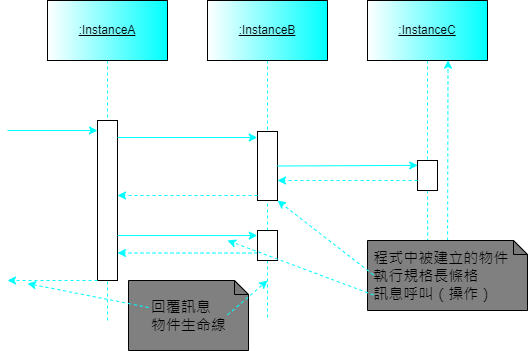
Earlier version of the draw.io export answer.png (jack0628/112-2QZ3). Source tidied: cells renumbered, new cells last; positions are measured from the earlier drawing's top-left corner, leaving out a move shared by most shapes.
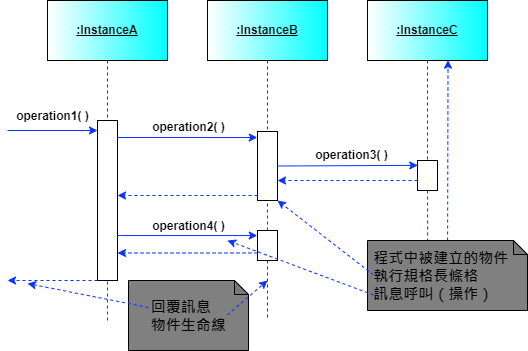
After the change.

What changed in the source:
```diff
@@ -2,42 +2,42 @@
   <root>
     <mxCell id="0" />
     <mxCell id="1" parent="0" />
-    <mxCell id="2" style="edgeStyle=none;html=1;entryX=0.5;entryY=0;entryDx=0;entryDy=0;fontColor=#000000;endArrow=none;endFill=0;dashed=1;strokeColor=#00FFFF;" parent="1" edge="1" source="3" target="8">
+    <mxCell id="2" style="edgeStyle=none;html=1;entryX=0.5;entryY=0;entryDx=0;entryDy=0;fontColor=#000000;endArrow=none;endFill=0;dashed=1;strokeColor=#0A33FF;" parent="1" edge="1" source="3" target="8">
       <mxGeometry relative="1" as="geometry" />
     </mxCell>
-    <mxCell id="3" value="&lt;font color=&quot;#000000&quot;&gt;&lt;u&gt;:InstanceA&lt;/u&gt;&lt;/font&gt;" style="rounded=0;whiteSpace=wrap;html=1;gradientColor=#00FFFF;fillColor=#FFFFFF;gradientDirection=east;strokeColor=#000000;" parent="1" vertex="1">
+    <mxCell id="3" value="&lt;font color=&quot;#000000&quot;&gt;&lt;u&gt;&lt;b&gt;:InstanceA&lt;/b&gt;&lt;/u&gt;&lt;/font&gt;" style="rounded=0;whiteSpace=wrap;html=1;gradientColor=#00FFFF;fillColor=#FFFFFF;gradientDirection=east;strokeColor=#000000;" parent="1" vertex="1">
       <mxGeometry x="40" width="120" height="60" as="geometry" />
     </mxCell>
-    <mxCell id="4" style="edgeStyle=none;html=1;entryX=0.5;entryY=0;entryDx=0;entryDy=0;dashed=1;strokeColor=#00FFFF;strokeWidth=1;fontColor=#FFFFFF;endArrow=none;endFill=0;" parent="1" edge="1" source="5" target="14">
+    <mxCell id="4" style="edgeStyle=none;html=1;entryX=0.5;entryY=0;entryDx=0;entryDy=0;dashed=1;strokeColor=#0A33FF;strokeWidth=1;fontColor=#FFFFFF;endArrow=none;endFill=0;" parent="1" edge="1" source="5" target="14">
       <mxGeometry relative="1" as="geometry" />
     </mxCell>
-    <mxCell id="5" value="&lt;font color=&quot;#000000&quot;&gt;&lt;u&gt;:InstanceB&lt;/u&gt;&lt;/font&gt;" style="rounded=0;whiteSpace=wrap;html=1;gradientColor=#00FFFF;fillColor=#FFFFFF;gradientDirection=east;strokeColor=#000000;" parent="1" vertex="1">
+    <mxCell id="5" value="&lt;font color=&quot;#000000&quot;&gt;&lt;u&gt;&lt;b&gt;:InstanceB&lt;/b&gt;&lt;/u&gt;&lt;/font&gt;" style="rounded=0;whiteSpace=wrap;html=1;gradientColor=#00FFFF;fillColor=#FFFFFF;gradientDirection=east;strokeColor=#000000;" parent="1" vertex="1">
       <mxGeometry x="200" width="120" height="60" as="geometry" />
     </mxCell>
-    <mxCell id="6" style="edgeStyle=none;html=1;entryX=0.5;entryY=0;entryDx=0;entryDy=0;dashed=1;strokeColor=#00FFFF;strokeWidth=1;fontColor=#FFFFFF;endArrow=none;endFill=0;" parent="1" edge="1" source="7" target="23">
+    <mxCell id="6" style="edgeStyle=none;html=1;entryX=0.5;entryY=0;entryDx=0;entryDy=0;dashed=1;strokeColor=#0A33FF;strokeWidth=1;fontColor=#FFFFFF;endArrow=none;endFill=0;" parent="1" edge="1" source="7" target="23">
       <mxGeometry relative="1" as="geometry" />
     </mxCell>
-    <mxCell id="7" value="&lt;font color=&quot;#000000&quot;&gt;&lt;u&gt;:InstanceC&lt;/u&gt;&lt;/font&gt;" style="rounded=0;whiteSpace=wrap;html=1;gradientColor=#00FFFF;fillColor=#FFFFFF;gradientDirection=east;strokeColor=#000000;" parent="1" vertex="1">
+    <mxCell id="7" value="&lt;font color=&quot;#000000&quot;&gt;&lt;u&gt;&lt;b&gt;:InstanceC&lt;/b&gt;&lt;/u&gt;&lt;/font&gt;" style="rounded=0;whiteSpace=wrap;html=1;gradientColor=#00FFFF;fillColor=#FFFFFF;gradientDirection=east;strokeColor=#000000;" parent="1" vertex="1">
       <mxGeometry x="360" width="120" height="60" as="geometry" />
     </mxCell>
     <mxCell id="8" style="rounded=0;whiteSpace=wrap;html=1;fontColor=#000000;fillColor=#FFFFFF;gradientColor=none;gradientDirection=east;strokeColor=#000000;" parent="1" vertex="1">
       <mxGeometry x="90" y="120" width="20" height="160" as="geometry" />
     </mxCell>
-    <mxCell id="9" value="&lt;font color=&quot;#ffffff&quot;&gt;operation1( )&lt;/font&gt;" style="text;html=1;align=center;verticalAlign=middle;points=[];strokeColor=none;fillColor=none;fontColor=#000000;" parent="1" vertex="1">
-      <mxGeometry y="101" width="90" height="30" as="geometry" />
+    <mxCell id="9" value="&lt;font&gt;&lt;b&gt;operation1( )&lt;/b&gt;&lt;/font&gt;" style="text;html=1;align=center;verticalAlign=middle;points=[];strokeColor=none;fillColor=none;fontColor=#000000;" parent="1" vertex="1">
+      <mxGeometry x="-5" y="101" width="100" height="30" as="geometry" />
     </mxCell>
-    <mxCell id="10" style="endArrow=classic;html=1;dashed=1;strokeColor=#00FFFF;fontColor=#FFFFFF;exitX=0;exitY=0.75;exitDx=0;exitDy=0;entryX=1;entryY=0.828;entryDx=0;entryDy=0;entryPerimeter=0;" parent="1" edge="1" source="17" target="8">
+    <mxCell id="10" style="endArrow=classic;html=1;dashed=1;strokeColor=#0A33FF;fontColor=#FFFFFF;exitX=0;exitY=0.75;exitDx=0;exitDy=0;entryX=1;entryY=0.828;entryDx=0;entryDy=0;entryPerimeter=0;" parent="1" edge="1" source="17" target="8">
       <mxGeometry relative="1" as="geometry" />
     </mxCell>
-    <mxCell id="11" style="endArrow=classic;html=1;dashed=1;strokeColor=#00FFFF;fontColor=#FFFFFF;exitX=0;exitY=1;exitDx=0;exitDy=0;" parent="1" edge="1" source="8">
+    <mxCell id="11" style="endArrow=classic;html=1;dashed=1;strokeColor=#0A33FF;fontColor=#FFFFFF;exitX=0;exitY=1;exitDx=0;exitDy=0;" parent="1" edge="1" source="8">
       <mxGeometry relative="1" as="geometry">
         <mxPoint y="280" as="targetPoint" />
       </mxGeometry>
     </mxCell>
-    <mxCell id="12" style="endArrow=classic;html=1;strokeColor=#00FFFF;fontColor=#FFFFFF;exitX=0.999;exitY=0.719;exitDx=0;exitDy=0;exitPerimeter=0;entryX=-0.011;entryY=0.169;entryDx=0;entryDy=0;entryPerimeter=0;" parent="1" edge="1" source="8" target="17">
+    <mxCell id="12" style="endArrow=classic;html=1;strokeColor=#0A33FF;fontColor=#FFFFFF;exitX=0.999;exitY=0.719;exitDx=0;exitDy=0;exitPerimeter=0;entryX=-0.011;entryY=0.169;entryDx=0;entryDy=0;entryPerimeter=0;" parent="1" edge="1" source="8" target="17">
       <mxGeometry relative="1" as="geometry" />
     </mxCell>
-    <mxCell id="13" style="endArrow=none;dashed=1;html=1;strokeWidth=1;strokeColor=#00FFFF;fontColor=#FFFFFF;" parent="1" edge="1">
+    <mxCell id="13" style="endArrow=none;dashed=1;html=1;strokeWidth=1;strokeColor=#0A33FF;fontColor=#FFFFFF;" parent="1" edge="1">
       <mxGeometry relative="1" as="geometry">
         <mxPoint x="100" y="320" as="sourcePoint" />
         <mxPoint x="100" y="280" as="targetPoint" />
@@ -46,10 +46,10 @@
     <mxCell id="14" style="rounded=0;whiteSpace=wrap;html=1;fontColor=#000000;fillColor=#FFFFFF;gradientColor=none;gradientDirection=east;strokeColor=#000000;" parent="1" vertex="1">
       <mxGeometry x="250" y="131" width="20" height="69" as="geometry" />
     </mxCell>
-    <mxCell id="15" style="edgeStyle=none;html=1;entryX=0.5;entryY=1;entryDx=0;entryDy=0;dashed=1;strokeColor=#00FFFF;strokeWidth=1;fontColor=#FFFFFF;endArrow=none;endFill=0;" parent="1" edge="1" source="17" target="14">
+    <mxCell id="15" style="edgeStyle=none;html=1;entryX=0.5;entryY=1;entryDx=0;entryDy=0;dashed=1;strokeColor=#0A33FF;strokeWidth=1;fontColor=#FFFFFF;endArrow=none;endFill=0;" parent="1" edge="1" source="17" target="14">
       <mxGeometry relative="1" as="geometry" />
     </mxCell>
-    <mxCell id="16" style="edgeStyle=none;html=1;dashed=1;strokeColor=#00FFFF;strokeWidth=1;fontColor=#FFFFFF;endArrow=none;endFill=0;" parent="1" edge="1" source="17">
+    <mxCell id="16" style="edgeStyle=none;html=1;dashed=1;strokeColor=#0A33FF;strokeWidth=1;fontColor=#FFFFFF;endArrow=none;endFill=0;" parent="1" edge="1" source="17">
       <mxGeometry relative="1" as="geometry">
         <mxPoint x="260" y="320" as="targetPoint" />
       </mxGeometry>
@@ -57,77 +57,78 @@
     <mxCell id="17" style="rounded=0;whiteSpace=wrap;html=1;fontColor=#000000;fillColor=#FFFFFF;gradientColor=none;gradientDirection=east;strokeColor=#000000;" parent="1" vertex="1">
       <mxGeometry x="250" y="230" width="20" height="30" as="geometry" />
     </mxCell>
-    <mxCell id="18" value="&lt;font color=&quot;#ffffff&quot;&gt;operation2( )&lt;/font&gt;" style="text;html=1;align=center;verticalAlign=middle;strokeColor=none;fillColor=none;fontColor=#000000;" parent="1" vertex="1">
-      <mxGeometry x="136" y="112" width="90" height="30" as="geometry" />
+    <mxCell id="18" value="&lt;font&gt;&lt;b&gt;operation2( )&lt;/b&gt;&lt;/font&gt;" style="text;html=1;align=center;verticalAlign=middle;strokeColor=none;fillColor=none;fontColor=#000000;" parent="1" vertex="1">
+      <mxGeometry x="131" y="112" width="100" height="30" as="geometry" />
     </mxCell>
-    <mxCell id="19" style="endArrow=classic;html=1;dashed=1;strokeColor=#00FFFF;fontColor=#FFFFFF;exitX=0;exitY=0.75;exitDx=0;exitDy=0;entryX=1;entryY=0.828;entryDx=0;entryDy=0;entryPerimeter=0;" parent="1" edge="1">
+    <mxCell id="19" style="endArrow=classic;html=1;dashed=1;strokeColor=#0A33FF;fontColor=#FFFFFF;exitX=0;exitY=0.75;exitDx=0;exitDy=0;entryX=1;entryY=0.828;entryDx=0;entryDy=0;entryPerimeter=0;" parent="1" edge="1">
       <mxGeometry relative="1" as="geometry">
         <mxPoint x="250" y="195" as="sourcePoint" />
         <mxPoint x="110" y="195" as="targetPoint" />
       </mxGeometry>
     </mxCell>
-    <mxCell id="20" style="endArrow=classic;html=1;strokeColor=#00FFFF;fontColor=#FFFFFF;exitX=0.999;exitY=0.719;exitDx=0;exitDy=0;exitPerimeter=0;entryX=-0.011;entryY=0.169;entryDx=0;entryDy=0;entryPerimeter=0;" parent="1" edge="1">
+    <mxCell id="20" style="endArrow=classic;html=1;strokeColor=#0A33FF;fontColor=#FFFFFF;exitX=0.999;exitY=0.719;exitDx=0;exitDy=0;exitPerimeter=0;entryX=-0.011;entryY=0.169;entryDx=0;entryDy=0;entryPerimeter=0;" parent="1" edge="1">
       <mxGeometry relative="1" as="geometry">
         <mxPoint x="110" y="137" as="sourcePoint" />
         <mxPoint x="249.8" y="137" as="targetPoint" />
       </mxGeometry>
     </mxCell>
-    <mxCell id="21" value="&lt;font color=&quot;#ffffff&quot;&gt;operation4( )&lt;/font&gt;" style="text;html=1;align=center;verticalAlign=middle;strokeColor=none;fillColor=none;fontColor=#000000;" parent="1" vertex="1">
-      <mxGeometry x="136" y="211" width="90" height="30" as="geometry" />
+    <mxCell id="21" value="&lt;font&gt;&lt;b&gt;operation4( )&lt;/b&gt;&lt;/font&gt;" style="text;html=1;align=center;verticalAlign=middle;strokeColor=none;fillColor=none;fontColor=#000000;" parent="1" vertex="1">
+      <mxGeometry x="131" y="211" width="100" height="30" as="geometry" />
     </mxCell>
-    <mxCell id="22" style="edgeStyle=none;html=1;entryX=0.376;entryY=-0.01;entryDx=0;entryDy=0;entryPerimeter=0;dashed=1;strokeColor=#00FFFF;strokeWidth=1;fontSize=15;fontColor=#000000;endArrow=none;endFill=0;" parent="1" edge="1" source="23" target="31">
+    <mxCell id="22" style="edgeStyle=none;html=1;entryX=0.376;entryY=-0.01;entryDx=0;entryDy=0;entryPerimeter=0;dashed=1;strokeColor=#0A33FF;strokeWidth=1;fontSize=15;fontColor=#000000;endArrow=none;endFill=0;" parent="1" edge="1" source="23" target="31">
       <mxGeometry relative="1" as="geometry" />
     </mxCell>
     <mxCell id="23" style="rounded=0;whiteSpace=wrap;html=1;fontColor=#000000;fillColor=#FFFFFF;gradientColor=none;gradientDirection=east;strokeColor=#000000;" parent="1" vertex="1">
       <mxGeometry x="410" y="160" width="20" height="30" as="geometry" />
     </mxCell>
-    <mxCell id="24" style="endArrow=classic;html=1;strokeColor=#00FFFF;fontColor=#FFFFFF;exitX=1;exitY=0.5;exitDx=0;exitDy=0;entryX=0.012;entryY=0.162;entryDx=0;entryDy=0;entryPerimeter=0;" parent="1" edge="1" source="14" target="23">
+    <mxCell id="24" style="endArrow=classic;html=1;strokeColor=#0A33FF;fontColor=#FFFFFF;exitX=1;exitY=0.5;exitDx=0;exitDy=0;entryX=0.012;entryY=0.162;entryDx=0;entryDy=0;entryPerimeter=0;" parent="1" edge="1" source="14" target="23">
       <mxGeometry relative="1" as="geometry" />
     </mxCell>
-    <mxCell id="25" style="endArrow=classic;html=1;dashed=1;strokeColor=#00FFFF;fontColor=#FFFFFF;exitX=0;exitY=0.75;exitDx=0;exitDy=0;" parent="1" edge="1">
+    <mxCell id="25" style="endArrow=classic;html=1;dashed=1;strokeColor=#0A33FF;fontColor=#FFFFFF;exitX=0;exitY=0.75;exitDx=0;exitDy=0;" parent="1" edge="1">
       <mxGeometry relative="1" as="geometry">
         <mxPoint x="410" y="180" as="sourcePoint" />
         <mxPoint x="270" y="180" as="targetPoint" />
       </mxGeometry>
     </mxCell>
-    <mxCell id="26" value="&lt;font color=&quot;#ffffff&quot;&gt;operation3( )&lt;/font&gt;" style="text;html=1;align=center;verticalAlign=middle;strokeColor=none;fillColor=none;fontColor=#000000;" parent="1" vertex="1">
-      <mxGeometry x="298.5" y="140" width="90" height="30" as="geometry" />
+    <mxCell id="26" value="&lt;font&gt;&lt;b&gt;operation3( )&lt;/b&gt;&lt;/font&gt;" style="text;html=1;align=center;verticalAlign=middle;strokeColor=none;fillColor=none;fontColor=#000000;" parent="1" vertex="1">
+      <mxGeometry x="293.5" y="140" width="100" height="30" as="geometry" />
     </mxCell>
-    <mxCell id="27" value="&lt;font style=&quot;font-size: 15px;&quot; color=&quot;#000000&quot;&gt;&amp;nbsp; &amp;nbsp; &amp;nbsp;回覆訊息&lt;br&gt;&amp;nbsp; &amp;nbsp; &amp;nbsp;物件生命線&lt;/font&gt;" style="shape=note;whiteSpace=wrap;html=1;backgroundOutline=1;darkOpacity=0.05;strokeColor=#000000;fontColor=#FFFFFF;fillColor=#808080;gradientColor=none;gradientDirection=east;align=left;size=14;" parent="1" vertex="1">
+    <mxCell id="27" value="&lt;font style=&quot;font-size: 15px;&quot; color=&quot;#000000&quot;&gt;&lt;b&gt;&amp;nbsp; &amp;nbsp; &amp;nbsp;回覆訊息&lt;br&gt;&amp;nbsp; &amp;nbsp; &amp;nbsp;物件生命線&lt;/b&gt;&lt;/font&gt;" style="shape=note;whiteSpace=wrap;html=1;backgroundOutline=1;darkOpacity=0.05;strokeColor=#000000;fontColor=#FFFFFF;fillColor=#808080;gradientColor=none;gradientDirection=east;align=left;size=14;" parent="1" vertex="1">
       <mxGeometry x="121" y="280" width="120" height="70" as="geometry" />
     </mxCell>
-    <mxCell id="28" style="endArrow=classic;html=1;dashed=1;strokeColor=#00FFFF;fontColor=#FFFFFF;exitX=0;exitY=1;exitDx=0;exitDy=0;" parent="1" edge="1">
+    <mxCell id="28" style="endArrow=classic;html=1;dashed=1;strokeColor=#0A33FF;fontColor=#FFFFFF;exitX=0;exitY=1;exitDx=0;exitDy=0;" parent="1" edge="1">
       <mxGeometry relative="1" as="geometry">
         <mxPoint x="220" y="314.4" as="sourcePoint" />
         <mxPoint x="260" y="280" as="targetPoint" />
       </mxGeometry>
     </mxCell>
-    <mxCell id="29" style="endArrow=classic;html=1;dashed=1;strokeColor=#00FFFF;fontColor=#FFFFFF;exitX=0;exitY=1;exitDx=0;exitDy=0;" parent="1" edge="1">
+    <mxCell id="29" style="endArrow=classic;html=1;dashed=1;strokeColor=#0A33FF;fontColor=#FFFFFF;exitX=0;exitY=1;exitDx=0;exitDy=0;" parent="1" edge="1">
       <mxGeometry relative="1" as="geometry">
         <mxPoint x="141" y="307" as="sourcePoint" />
         <mxPoint x="20" y="283" as="targetPoint" />
       </mxGeometry>
     </mxCell>
-    <mxCell id="30" style="edgeStyle=none;html=1;entryX=0.671;entryY=0.995;entryDx=0;entryDy=0;entryPerimeter=0;dashed=1;strokeColor=#00FFFF;strokeWidth=1;fontSize=15;fontColor=#000000;endArrow=classic;endFill=1;" parent="1" edge="1" source="31" target="7">
+    <mxCell id="30" style="edgeStyle=none;html=1;entryX=0.671;entryY=0.995;entryDx=0;entryDy=0;entryPerimeter=0;dashed=1;strokeColor=#0A33FF;strokeWidth=1;fontSize=15;fontColor=#000000;endArrow=classic;endFill=1;" parent="1" edge="1" source="31" target="7">
       <mxGeometry relative="1" as="geometry" />
     </mxCell>
-    <mxCell id="31" value="&lt;font style=&quot;font-size: 15px;&quot; color=&quot;#000000&quot;&gt;&amp;nbsp;程式中被建立的物件&lt;br&gt;&amp;nbsp;執行規格長條格&lt;br&gt;&amp;nbsp;訊息呼叫（操作）&lt;br&gt;&lt;/font&gt;" style="shape=note;whiteSpace=wrap;html=1;backgroundOutline=1;darkOpacity=0.05;strokeColor=#000000;fontColor=#FFFFFF;fillColor=#808080;gradientColor=none;gradientDirection=east;align=left;size=14;" parent="1" vertex="1">
+    <mxCell id="31" value="&lt;font style=&quot;font-size: 15px;&quot; color=&quot;#000000&quot;&gt;&lt;b&gt;&amp;nbsp;程式中被建立的物件&lt;br&gt;&amp;nbsp;執行規格長條格&lt;br&gt;&amp;nbsp;訊息呼叫（操作）&lt;/b&gt;&lt;br&gt;&lt;/font&gt;" style="shape=note;whiteSpace=wrap;html=1;backgroundOutline=1;darkOpacity=0.05;strokeColor=#000000;fontColor=#FFFFFF;fillColor=#808080;gradientColor=none;gradientDirection=east;align=left;size=14;" parent="1" vertex="1">
       <mxGeometry x="360" y="240" width="160" height="70" as="geometry" />
     </mxCell>
-    <mxCell id="32" style="endArrow=classic;html=1;dashed=1;strokeColor=#00FFFF;fontColor=#FFFFFF;exitX=0;exitY=0.75;exitDx=0;exitDy=0;entryX=1;entryY=1;entryDx=0;entryDy=0;" parent="1" edge="1" target="14">
+    <mxCell id="32" style="endArrow=classic;html=1;dashed=1;strokeColor=#0A33FF;fontColor=#FFFFFF;exitX=0;exitY=0.75;exitDx=0;exitDy=0;entryX=1;entryY=1;entryDx=0;entryDy=0;" parent="1" edge="1" target="14">
       <mxGeometry relative="1" as="geometry">
         <mxPoint x="366" y="274.4" as="sourcePoint" />
       </mxGeometry>
     </mxCell>
-    <mxCell id="33" style="endArrow=classic;html=1;dashed=1;strokeColor=#00FFFF;fontColor=#FFFFFF;exitX=0;exitY=0.75;exitDx=0;exitDy=0;" parent="1" edge="1">
+    <mxCell id="33" style="endArrow=classic;html=1;dashed=1;strokeColor=#0A33FF;fontColor=#FFFFFF;exitX=0;exitY=0.75;exitDx=0;exitDy=0;" parent="1" edge="1">
       <mxGeometry relative="1" as="geometry">
         <mxPoint x="366" y="294.4" as="sourcePoint" />
         <mxPoint x="220" y="240" as="targetPoint" />
       </mxGeometry>
     </mxCell>
-    <mxCell id="34" style="endArrow=classic;html=1;strokeColor=#00FFFF;fontColor=#FFFFFF;entryX=1;entryY=0.967;entryDx=0;entryDy=0;entryPerimeter=0;" parent="1" edge="1" target="9">
+    <mxCell id="34" style="endArrow=classic;html=1;strokeColor=#0A33FF;fontColor=#FFFFFF;" parent="1" edge="1">
       <mxGeometry relative="1" as="geometry">
         <mxPoint y="130" as="sourcePoint" />
+        <mxPoint x="90" y="130" as="targetPoint" />
       </mxGeometry>
     </mxCell>
   </root>
```
